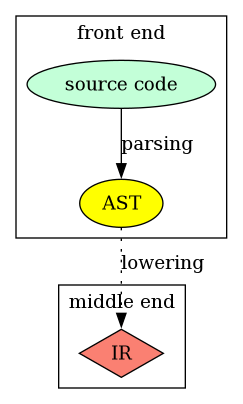
This is example/output.png from nicuveo/graphwiz, a Graphviz export, as it was before one commit. Its source is kept beside it as example/output.dot. Source of this version:
```dot
digraph {
  subgraph cluster0 {
    label="front end";
    node1 [label="source code",style="filled",fillcolor="#c3ffd8"]
    node2 [label="AST",style="filled",fillcolor="yellow"]
    node1 -> node2 [label="parsing"]
  }
  subgraph cluster4 {
    label="middle end";
    node5 [label="IR",style="filled",fillcolor="salmon",shape="diamond"]
    node2 -> node5 [label="lowering",style="dotted"]
  }
}
```
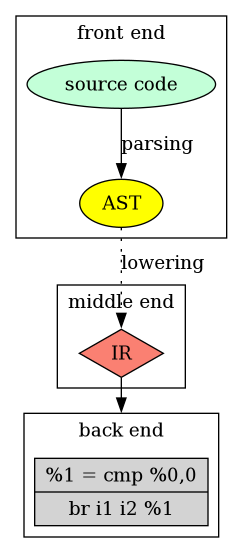
After the change.

Diff of the diagram source:
```diff
@@ -1,4 +1,5 @@
 digraph {
+  compound="true";
   subgraph cluster0 {
     label="front end";
     node1 [label="source code",style="filled",fillcolor="#c3ffd8"]
@@ -10,4 +11,9 @@
     node5 [label="IR",style="filled",fillcolor="salmon",shape="diamond"]
     node2 -> node5 [label="lowering",style="dotted"]
   }
+  subgraph cluster8 {
+    label="back end";
+    node9 [label="{%1 = cmp %0,0 | br i1 i2 %1}",style="filled",shape="record"]
+  }
+  node5 -> node9 [lhead="cluster8"]
 }
```
